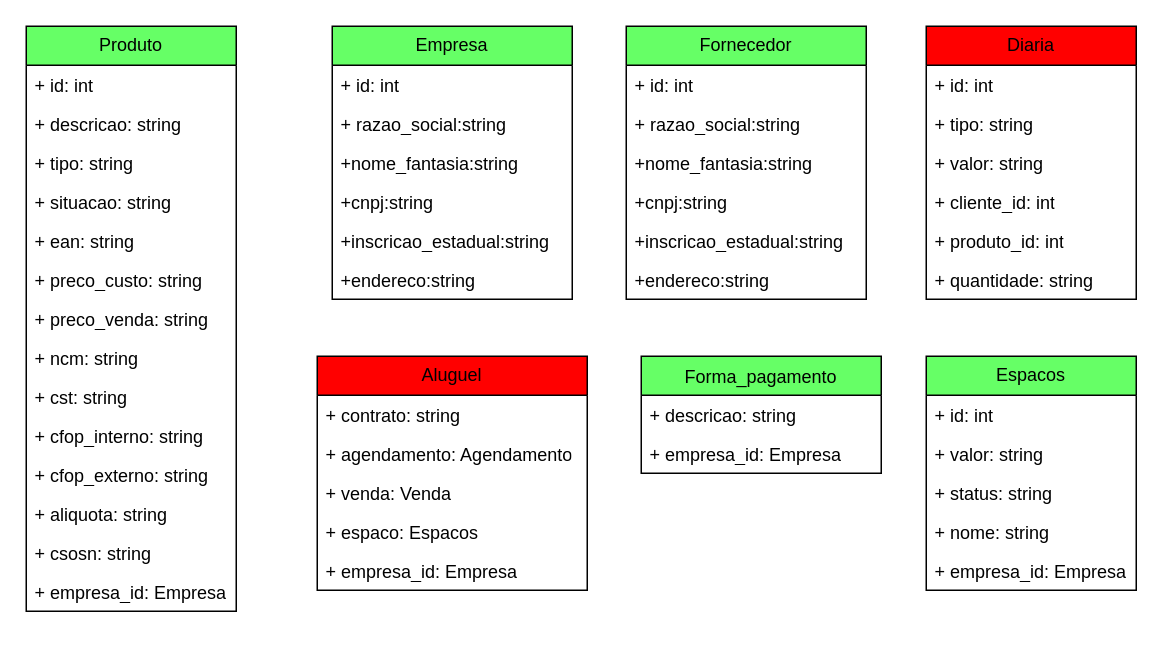
Earlier version of the draw.io diagram page "Lago" (3 of 4) of Tabelas.drawio (FSOFTSistemas/lago_sao_francisco). Source tidied: cells renumbered, new cells numbered last; positions are measured from the earlier drawing's top-left corner, leaving out a move shared by most shapes. Both pictures are drawn from the tidied source at 150%, with x=0, y=0 at pixel (26, 26).
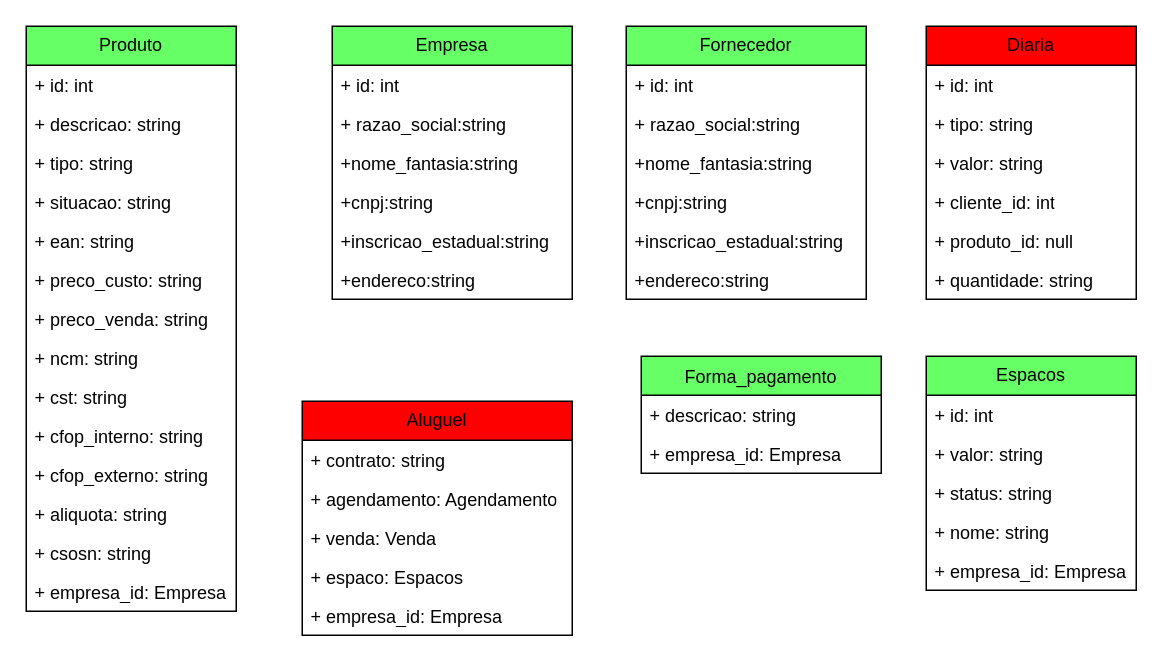
The same diagram, later.

Unchanged cells that the change refers to:
```xml
<mxCell id="14" value="Diaria" style="swimlane;fontStyle=0;horizontal=1;startSize=26;fillColor=#FF0000;whiteSpace=wrap;html=1;" parent="1" vertex="1">
  <mxGeometry x="600" width="140" height="182" as="geometry" />
</mxCell>
```

What changed in the source:
```diff
@@
     <mxCell id="2" value="Aluguel" style="swimlane;fontStyle=0;horizontal=1;startSize=26;fillColor=#FF0000;whiteSpace=wrap;html=1;" parent="1" vertex="1">
-      <mxGeometry x="194" y="220" width="180" height="156" as="geometry" />
+      <mxGeometry x="184" y="250" width="180" height="156" as="geometry" />
     </mxCell>
@@
-    <mxCell id="19" value="+ produto_id: int" style="text;strokeColor=none;fillColor=none;align=left;verticalAlign=top;spacingLeft=4;spacingRight=4;overflow=hidden;whiteSpace=wrap;html=1;" parent="14" vertex="1">
+    <mxCell id="19" value="+ produto_id: null" style="text;strokeColor=none;fillColor=none;align=left;verticalAlign=top;spacingLeft=4;spacingRight=4;overflow=hidden;whiteSpace=wrap;html=1;" parent="14" vertex="1">
       <mxGeometry y="130" width="140" height="26" as="geometry" />
     </mxCell>
```
